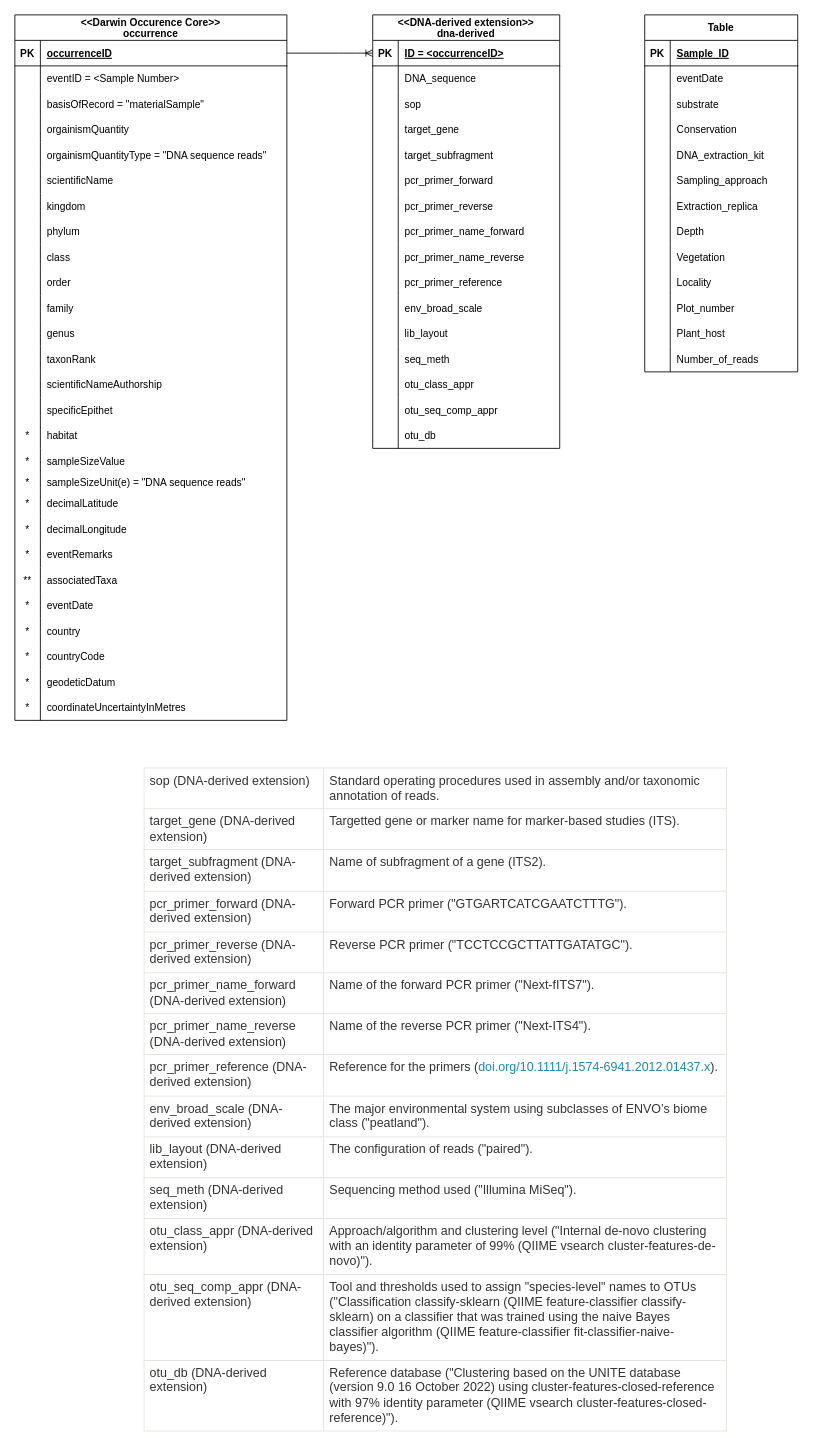
joelclim/mycopins-workflow keeps this draw.io diagram as page "northern-siberia" (3 of 4) of workflow.drawio. Above is the earlier version. Source tidied: cells renumbered, new cells numbered last; positions are measured from the earlier drawing's top-left corner, leaving out a move shared by most shapes. Both pictures are drawn from the tidied source at 85%, with x=0, y=0 at pixel (14, 14).
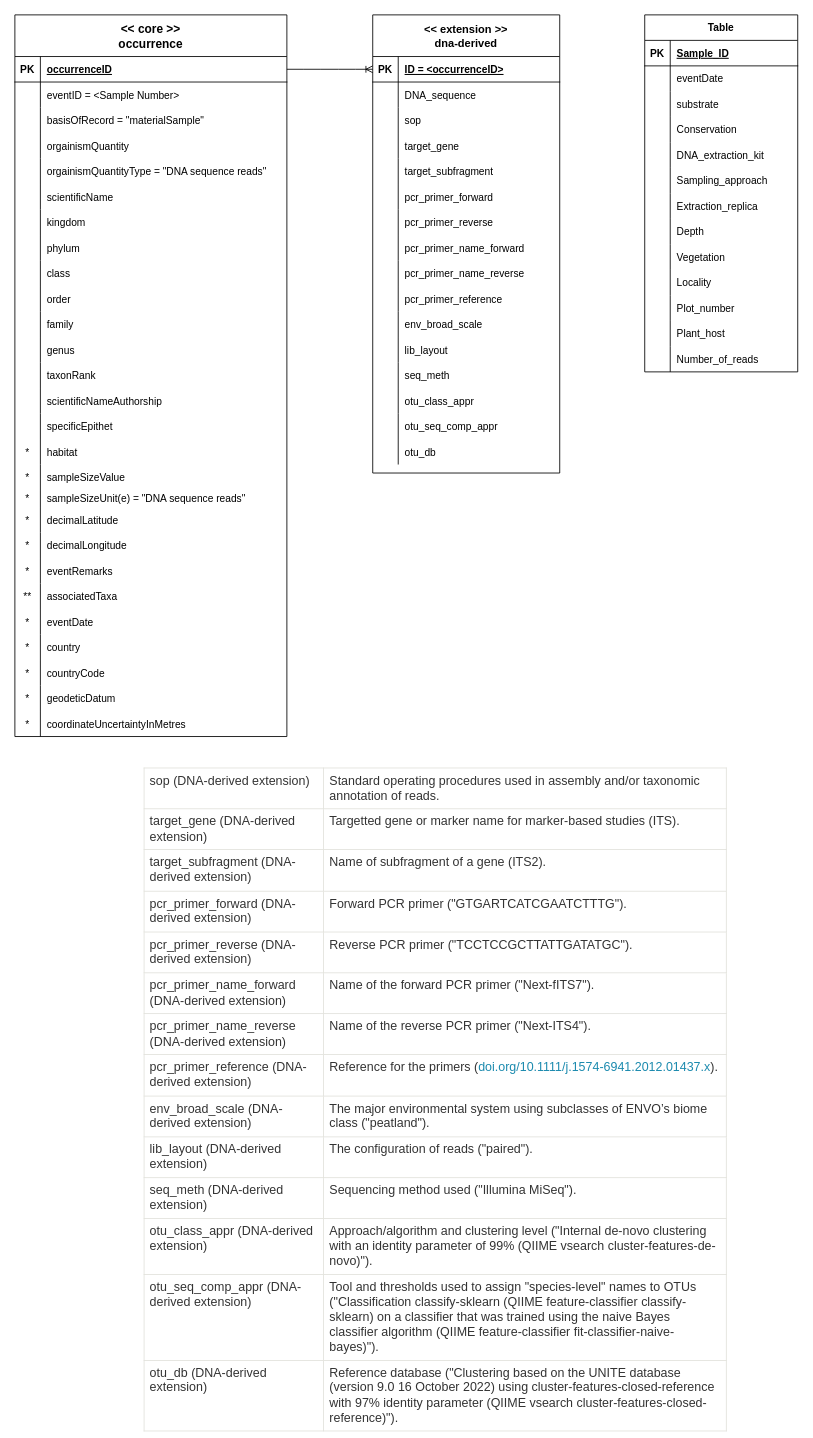
The same diagram, later.

Commit message (it also covers changes not shown here):
Refactor gbif scripts. Add gbif occurrence core.

Change to the diagram source:
```diff
@@
-    <mxCell id="2" value="&lt;&lt;Darwin Occurence Core&gt;&gt;&#10;occurrence" style="shape=table;startSize=30;childLayout=tableLayout;rowLines=0;fontStyle=1;align=center;" parent="1" vertex="1">
-      <mxGeometry width="320" height="830" as="geometry" />
+    <mxCell id="2" value="&lt;&lt; core &gt;&gt;&#10;occurrence" style="shape=table;startSize=49;childLayout=tableLayout;rowLines=0;fontStyle=1;align=center;fontSize=14;" parent="1" vertex="1">
+      <mxGeometry width="320" height="849" as="geometry" />
     </mxCell>
     <mxCell id="3" style="shape=tableRow;horizontal=0;startSize=0;swimlaneHead=0;swimlaneBody=0;fillColor=none;points=[[0,0.5],[1,0.5]];portConstraint=eastwest;top=0;left=0;right=0;bottom=1;" parent="2" vertex="1">
-      <mxGeometry y="30" width="320" height="30" as="geometry" />
+      <mxGeometry y="49" width="320" height="30" as="geometry" />
     </mxCell>
@@
     <mxCell id="6" style="shape=tableRow;horizontal=0;startSize=0;swimlaneHead=0;swimlaneBody=0;fillColor=none;top=0;left=0;right=0;bottom=0;" parent="2" vertex="1">
-      <mxGeometry y="60" width="320" height="30" as="geometry" />
+      <mxGeometry y="79" width="320" height="30" as="geometry" />
     </mxCell>
@@
     <mxCell id="9" style="shape=tableRow;horizontal=0;startSize=0;swimlaneHead=0;swimlaneBody=0;fillColor=none;top=0;left=0;right=0;bottom=0;" parent="2" vertex="1">
-      <mxGeometry y="90" width="320" height="30" as="geometry" />
+      <mxGeometry y="109" width="320" height="30" as="geometry" />
     </mxCell>
@@
     <mxCell id="12" style="shape=tableRow;horizontal=0;startSize=0;swimlaneHead=0;swimlaneBody=0;fillColor=none;top=0;left=0;right=0;bottom=0;" parent="2" vertex="1">
-      <mxGeometry y="120" width="320" height="30" as="geometry" />
+      <mxGeometry y="139" width="320" height="30" as="geometry" />
     </mxCell>
@@
     <mxCell id="15" style="shape=tableRow;horizontal=0;startSize=0;swimlaneHead=0;swimlaneBody=0;fillColor=none;top=0;left=0;right=0;bottom=0;" parent="2" vertex="1">
-      <mxGeometry y="150" width="320" height="30" as="geometry" />
+      <mxGeometry y="169" width="320" height="30" as="geometry" />
     </mxCell>
@@
     <mxCell id="18" style="shape=tableRow;horizontal=0;startSize=0;swimlaneHead=0;swimlaneBody=0;fillColor=none;top=0;left=0;right=0;bottom=0;" parent="2" vertex="1">
-      <mxGeometry y="180" width="320" height="30" as="geometry" />
+      <mxGeometry y="199" width="320" height="30" as="geometry" />
     </mxCell>
@@
     <mxCell id="21" style="shape=tableRow;horizontal=0;startSize=0;swimlaneHead=0;swimlaneBody=0;fillColor=none;top=0;left=0;right=0;bottom=0;" parent="2" vertex="1">
-      <mxGeometry y="210" width="320" height="30" as="geometry" />
+      <mxGeometry y="229" width="320" height="30" as="geometry" />
     </mxCell>
@@
     <mxCell id="24" style="shape=tableRow;horizontal=0;startSize=0;swimlaneHead=0;swimlaneBody=0;fillColor=none;top=0;left=0;right=0;bottom=0;" parent="2" vertex="1">
-      <mxGeometry y="240" width="320" height="30" as="geometry" />
+      <mxGeometry y="259" width="320" height="30" as="geometry" />
     </mxCell>
@@
     <mxCell id="27" style="shape=tableRow;horizontal=0;startSize=0;swimlaneHead=0;swimlaneBody=0;fillColor=none;top=0;left=0;right=0;bottom=0;" parent="2" vertex="1">
-      <mxGeometry y="270" width="320" height="30" as="geometry" />
+      <mxGeometry y="289" width="320" height="30" as="geometry" />
     </mxCell>
@@
     <mxCell id="30" style="shape=tableRow;horizontal=0;startSize=0;swimlaneHead=0;swimlaneBody=0;fillColor=none;top=0;left=0;right=0;bottom=0;" parent="2" vertex="1">
-      <mxGeometry y="300" width="320" height="30" as="geometry" />
+      <mxGeometry y="319" width="320" height="30" as="geometry" />
     </mxCell>
@@
     <mxCell id="33" style="shape=tableRow;horizontal=0;startSize=0;swimlaneHead=0;swimlaneBody=0;fillColor=none;top=0;left=0;right=0;bottom=0;" parent="2" vertex="1">
-      <mxGeometry y="330" width="320" height="30" as="geometry" />
+      <mxGeometry y="349" width="320" height="30" as="geometry" />
     </mxCell>
@@
     <mxCell id="36" style="shape=tableRow;horizontal=0;startSize=0;swimlaneHead=0;swimlaneBody=0;fillColor=none;top=0;left=0;right=0;bottom=0;" parent="2" vertex="1">
-      <mxGeometry y="360" width="320" height="30" as="geometry" />
+      <mxGeometry y="379" width="320" height="30" as="geometry" />
     </mxCell>
@@
     <mxCell id="39" style="shape=tableRow;horizontal=0;startSize=0;swimlaneHead=0;swimlaneBody=0;fillColor=none;top=0;left=0;right=0;bottom=0;" parent="2" vertex="1">
-      <mxGeometry y="390" width="320" height="30" as="geometry" />
+      <mxGeometry y="409" width="320" height="30" as="geometry" />
     </mxCell>
@@
     <mxCell id="42" style="shape=tableRow;horizontal=0;startSize=0;swimlaneHead=0;swimlaneBody=0;fillColor=none;top=0;left=0;right=0;bottom=0;" parent="2" vertex="1">
-      <mxGeometry y="420" width="320" height="30" as="geometry" />
+      <mxGeometry y="439" width="320" height="30" as="geometry" />
     </mxCell>
@@
     <mxCell id="45" style="shape=tableRow;horizontal=0;startSize=0;swimlaneHead=0;swimlaneBody=0;fillColor=none;top=0;left=0;right=0;bottom=0;" parent="2" vertex="1">
-      <mxGeometry y="450" width="320" height="30" as="geometry" />
+      <mxGeometry y="469" width="320" height="30" as="geometry" />
     </mxCell>
@@
     <mxCell id="48" style="shape=tableRow;horizontal=0;startSize=0;swimlaneHead=0;swimlaneBody=0;fillColor=none;top=0;left=0;right=0;bottom=0;" parent="2" vertex="1">
-      <mxGeometry y="480" width="320" height="30" as="geometry" />
+      <mxGeometry y="499" width="320" height="30" as="geometry" />
     </mxCell>
@@
     <mxCell id="51" style="shape=tableRow;horizontal=0;startSize=0;swimlaneHead=0;swimlaneBody=0;fillColor=none;top=0;left=0;right=0;bottom=0;" parent="2" vertex="1">
-      <mxGeometry y="510" width="320" height="30" as="geometry" />
+      <mxGeometry y="529" width="320" height="30" as="geometry" />
     </mxCell>
@@
     <mxCell id="54" style="shape=tableRow;horizontal=0;startSize=0;swimlaneHead=0;swimlaneBody=0;fillColor=none;top=0;left=0;right=0;bottom=0;" parent="2" vertex="1">
-      <mxGeometry y="540" width="320" height="20" as="geometry" />
+      <mxGeometry y="559" width="320" height="20" as="geometry" />
     </mxCell>
@@
     <mxCell id="57" style="shape=tableRow;horizontal=0;startSize=0;swimlaneHead=0;swimlaneBody=0;fillColor=none;top=0;left=0;right=0;bottom=0;" parent="2" vertex="1">
-      <mxGeometry y="560" width="320" height="30" as="geometry" />
+      <mxGeometry y="579" width="320" height="30" as="geometry" />
     </mxCell>
@@
     <mxCell id="60" style="shape=tableRow;horizontal=0;startSize=0;swimlaneHead=0;swimlaneBody=0;fillColor=none;top=0;left=0;right=0;bottom=0;" parent="2" vertex="1">
-      <mxGeometry y="590" width="320" height="30" as="geometry" />
+      <mxGeometry y="609" width="320" height="30" as="geometry" />
     </mxCell>
@@
     <mxCell id="63" style="shape=tableRow;horizontal=0;startSize=0;swimlaneHead=0;swimlaneBody=0;fillColor=none;top=0;left=0;right=0;bottom=0;" parent="2" vertex="1">
-      <mxGeometry y="620" width="320" height="30" as="geometry" />
+      <mxGeometry y="639" width="320" height="30" as="geometry" />
     </mxCell>
@@
     <mxCell id="66" style="shape=tableRow;horizontal=0;startSize=0;swimlaneHead=0;swimlaneBody=0;fillColor=none;top=0;left=0;right=0;bottom=0;" parent="2" vertex="1">
-      <mxGeometry y="650" width="320" height="30" as="geometry" />
+      <mxGeometry y="669" width="320" height="30" as="geometry" />
     </mxCell>
@@
     <mxCell id="69" style="shape=tableRow;horizontal=0;startSize=0;swimlaneHead=0;swimlaneBody=0;fillColor=none;top=0;left=0;right=0;bottom=0;" parent="2" vertex="1">
-      <mxGeometry y="680" width="320" height="30" as="geometry" />
+      <mxGeometry y="699" width="320" height="30" as="geometry" />
     </mxCell>
@@
     <mxCell id="72" style="shape=tableRow;horizontal=0;startSize=0;swimlaneHead=0;swimlaneBody=0;fillColor=none;top=0;left=0;right=0;bottom=0;" parent="2" vertex="1">
-      <mxGeometry y="710" width="320" height="30" as="geometry" />
+      <mxGeometry y="729" width="320" height="30" as="geometry" />
     </mxCell>
@@
     <mxCell id="75" style="shape=tableRow;horizontal=0;startSize=0;swimlaneHead=0;swimlaneBody=0;fillColor=none;top=0;left=0;right=0;bottom=0;" parent="2" vertex="1">
-      <mxGeometry y="740" width="320" height="30" as="geometry" />
+      <mxGeometry y="759" width="320" height="30" as="geometry" />
     </mxCell>
@@
     <mxCell id="78" style="shape=tableRow;horizontal=0;startSize=0;swimlaneHead=0;swimlaneBody=0;fillColor=none;top=0;left=0;right=0;bottom=0;" parent="2" vertex="1">
-      <mxGeometry y="770" width="320" height="30" as="geometry" />
+      <mxGeometry y="789" width="320" height="30" as="geometry" />
     </mxCell>
@@
     <mxCell id="81" style="shape=tableRow;horizontal=0;startSize=0;swimlaneHead=0;swimlaneBody=0;fillColor=none;top=0;left=0;right=0;bottom=0;" parent="2" vertex="1">
-      <mxGeometry y="800" width="320" height="30" as="geometry" />
+      <mxGeometry y="819" width="320" height="30" as="geometry" />
     </mxCell>
@@
-    <mxCell id="84" value="&lt;&lt;DNA-derived extension&gt;&gt;&#10;dna-derived" style="shape=table;startSize=30;childLayout=tableLayout;rowLines=0;fontStyle=1;align=center;" parent="1" vertex="1">
-      <mxGeometry x="421" width="220" height="510" as="geometry" />
+    <mxCell id="84" value="&lt;&lt; extension &gt;&gt;&#10;dna-derived" style="shape=table;startSize=49;childLayout=tableLayout;rowLines=0;fontStyle=1;align=center;fontSize=13;" parent="1" vertex="1">
+      <mxGeometry x="421" width="220" height="539" as="geometry" />
     </mxCell>
     <mxCell id="85" style="shape=tableRow;horizontal=0;startSize=0;swimlaneHead=0;swimlaneBody=0;fillColor=none;points=[[0,0.5],[1,0.5]];portConstraint=eastwest;top=0;left=0;right=0;bottom=1;" parent="84" vertex="1">
-      <mxGeometry y="30" width="220" height="30" as="geometry" />
+      <mxGeometry y="49" width="220" height="30" as="geometry" />
     </mxCell>
@@
     <mxCell id="88" style="shape=tableRow;horizontal=0;startSize=0;swimlaneHead=0;swimlaneBody=0;fillColor=none;top=0;left=0;right=0;bottom=0;" parent="84" vertex="1">
-      <mxGeometry y="60" width="220" height="30" as="geometry" />
+      <mxGeometry y="79" width="220" height="30" as="geometry" />
     </mxCell>
@@
     <mxCell id="91" style="shape=tableRow;horizontal=0;startSize=0;swimlaneHead=0;swimlaneBody=0;fillColor=none;top=0;left=0;right=0;bottom=0;" parent="84" vertex="1">
-      <mxGeometry y="90" width="220" height="30" as="geometry" />
+      <mxGeometry y="109" width="220" height="30" as="geometry" />
     </mxCell>
@@
     <mxCell id="94" style="shape=tableRow;horizontal=0;startSize=0;swimlaneHead=0;swimlaneBody=0;fillColor=none;top=0;left=0;right=0;bottom=0;" parent="84" vertex="1">
-      <mxGeometry y="120" width="220" height="30" as="geometry" />
+      <mxGeometry y="139" width="220" height="30" as="geometry" />
     </mxCell>
@@
     <mxCell id="97" style="shape=tableRow;horizontal=0;startSize=0;swimlaneHead=0;swimlaneBody=0;fillColor=none;top=0;left=0;right=0;bottom=0;" parent="84" vertex="1">
-      <mxGeometry y="150" width="220" height="30" as="geometry" />
+      <mxGeometry y="169" width="220" height="30" as="geometry" />
     </mxCell>
@@
     <mxCell id="100" style="shape=tableRow;horizontal=0;startSize=0;swimlaneHead=0;swimlaneBody=0;fillColor=none;top=0;left=0;right=0;bottom=0;" parent="84" vertex="1">
-      <mxGeometry y="180" width="220" height="30" as="geometry" />
+      <mxGeometry y="199" width="220" height="30" as="geometry" />
     </mxCell>
@@
     <mxCell id="103" style="shape=tableRow;horizontal=0;startSize=0;swimlaneHead=0;swimlaneBody=0;fillColor=none;top=0;left=0;right=0;bottom=0;" parent="84" vertex="1">
-      <mxGeometry y="210" width="220" height="30" as="geometry" />
+      <mxGeometry y="229" width="220" height="30" as="geometry" />
     </mxCell>
@@
     <mxCell id="106" style="shape=tableRow;horizontal=0;startSize=0;swimlaneHead=0;swimlaneBody=0;fillColor=none;top=0;left=0;right=0;bottom=0;" parent="84" vertex="1">
-      <mxGeometry y="240" width="220" height="30" as="geometry" />
+      <mxGeometry y="259" width="220" height="30" as="geometry" />
     </mxCell>
@@
     <mxCell id="109" style="shape=tableRow;horizontal=0;startSize=0;swimlaneHead=0;swimlaneBody=0;fillColor=none;top=0;left=0;right=0;bottom=0;" parent="84" vertex="1">
-      <mxGeometry y="270" width="220" height="30" as="geometry" />
+      <mxGeometry y="289" width="220" height="30" as="geometry" />
     </mxCell>
@@
     <mxCell id="112" style="shape=tableRow;horizontal=0;startSize=0;swimlaneHead=0;swimlaneBody=0;fillColor=none;top=0;left=0;right=0;bottom=0;" parent="84" vertex="1">
-      <mxGeometry y="300" width="220" height="30" as="geometry" />
+      <mxGeometry y="319" width="220" height="30" as="geometry" />
     </mxCell>
@@
     <mxCell id="115" style="shape=tableRow;horizontal=0;startSize=0;swimlaneHead=0;swimlaneBody=0;fillColor=none;top=0;left=0;right=0;bottom=0;" parent="84" vertex="1">
-      <mxGeometry y="330" width="220" height="30" as="geometry" />
+      <mxGeometry y="349" width="220" height="30" as="geometry" />
     </mxCell>
@@
     <mxCell id="118" style="shape=tableRow;horizontal=0;startSize=0;swimlaneHead=0;swimlaneBody=0;fillColor=none;top=0;left=0;right=0;bottom=0;" parent="84" vertex="1">
-      <mxGeometry y="360" width="220" height="30" as="geometry" />
+      <mxGeometry y="379" width="220" height="30" as="geometry" />
     </mxCell>
@@
     <mxCell id="121" style="shape=tableRow;horizontal=0;startSize=0;swimlaneHead=0;swimlaneBody=0;fillColor=none;top=0;left=0;right=0;bottom=0;" parent="84" vertex="1">
-      <mxGeometry y="390" width="220" height="30" as="geometry" />
+      <mxGeometry y="409" width="220" height="30" as="geometry" />
     </mxCell>
@@
     <mxCell id="124" style="shape=tableRow;horizontal=0;startSize=0;swimlaneHead=0;swimlaneBody=0;fillColor=none;top=0;left=0;right=0;bottom=0;" parent="84" vertex="1">
-      <mxGeometry y="420" width="220" height="30" as="geometry" />
+      <mxGeometry y="439" width="220" height="30" as="geometry" />
     </mxCell>
@@
     <mxCell id="127" style="shape=tableRow;horizontal=0;startSize=0;swimlaneHead=0;swimlaneBody=0;fillColor=none;top=0;left=0;right=0;bottom=0;" parent="84" vertex="1">
-      <mxGeometry y="450" width="220" height="30" as="geometry" />
+      <mxGeometry y="469" width="220" height="30" as="geometry" />
     </mxCell>
@@
     <mxCell id="130" style="shape=tableRow;horizontal=0;startSize=0;swimlaneHead=0;swimlaneBody=0;fillColor=none;top=0;left=0;right=0;bottom=0;" parent="84" vertex="1">
-      <mxGeometry y="480" width="220" height="30" as="geometry" />
+      <mxGeometry y="499" width="220" height="30" as="geometry" />
     </mxCell>
```
